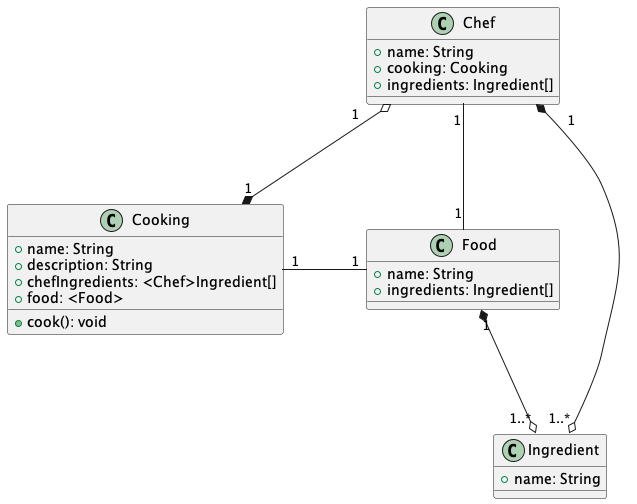
The PlantUML diagram architecture/KokkiClassDiagram.png in cihat/kokki, before a commit.
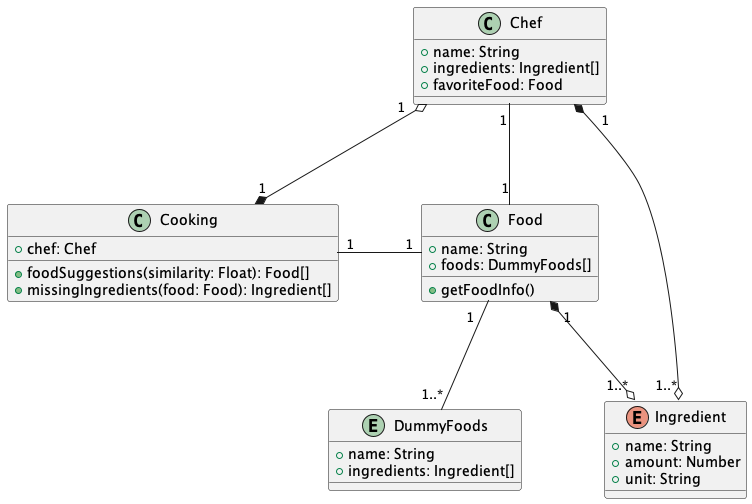
After the change.

Commit message:
Update architecture after improvements in pseudo-code

Diff of the diagram source:
```diff
@@ -1,27 +1,34 @@
 @startuml Kokki
 
-class Food {
+entity DummyFoods {
   + name: String
   + ingredients: Ingredient[]
 }
 
-class Ingredient {
+enum Ingredient {
   + name: String
+  + amount: Number
+  + unit: String
+}
+
+class Food {
+  + name: String
+  + foods: DummyFoods[]
+
+  + getFoodInfo()
 }
 
 class Cooking {
-  + name: String
-  + description: String
-  + chefIngredients: <Chef>Ingredient[]
-  + food: <Food>
+  + chef: Chef
 
-  + cook(): void
+  + foodSuggestions(similarity: Float): Food[]
+  + missingIngredients(food: Food): Ingredient[]
 }
 
 class Chef {
   + name: String
-  + cooking: Cooking
   + ingredients: Ingredient[]
+  + favoriteFood: Food
 }
 
 Food "1" *--o "1..*" Ingredient
@@ -30,5 +37,6 @@
 
 Food "1" -left- "1" Cooking
 Food "1" -up- "1" Chef
+Food "1" -down- "1..*" DummyFoods
 
 @enduml
```
